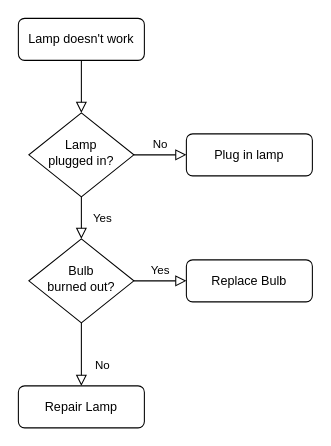
Before: Diagrama Proyecto_Conversor.drawio in dakrosP2/Calorias, a draw.io diagram. Source tidied: cells renumbered, new cells numbered last; positions are measured from the earlier drawing's top-left corner, leaving out a move shared by most shapes. Both pictures are drawn from the tidied source at 105%, with x=0, y=0 at pixel (18, 18).
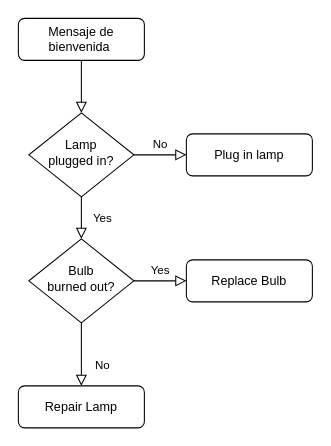
The same diagram, later.

Change to the diagram source:
```diff
@@
 <mxGraphModel>
   <root>
     <mxCell id="0" />
     <mxCell id="1" parent="0" />
     <mxCell id="2" style="rounded=0;html=1;jettySize=auto;fontSize=11;endArrow=block;endFill=0;endSize=8;strokeWidth=1;shadow=0;labelBackgroundColor=none;edgeStyle=orthogonalEdgeStyle;" parent="1" edge="1" source="3" target="6">
       <mxGeometry relative="1" as="geometry" />
     </mxCell>
-    <mxCell id="3" value="Lamp doesn't work" style="rounded=1;whiteSpace=wrap;html=1;fontSize=12;glass=0;strokeWidth=1;shadow=0;" parent="1" vertex="1">
+    <mxCell id="3" value="Mensaje de bienvenida&amp;nbsp;" style="rounded=1;whiteSpace=wrap;html=1;fontSize=12;glass=0;strokeWidth=1;shadow=0;" parent="1" vertex="1">
       <mxGeometry width="120" height="40" as="geometry" />
     </mxCell>
     <mxCell id="4" value="Yes" style="rounded=0;html=1;jettySize=auto;fontSize=11;endArrow=block;endFill=0;endSize=8;strokeWidth=1;shadow=0;labelBackgroundColor=none;edgeStyle=orthogonalEdgeStyle;" parent="1" edge="1" source="6" target="10">
       <mxGeometry y="20" relative="1" as="geometry" />
     </mxCell>
     <mxCell id="5" value="No" style="edgeStyle=orthogonalEdgeStyle;rounded=0;html=1;jettySize=auto;fontSize=11;endArrow=block;endFill=0;endSize=8;strokeWidth=1;shadow=0;labelBackgroundColor=none;" parent="1" edge="1" source="6" target="7">
       <mxGeometry y="10" relative="1" as="geometry" />
     </mxCell>
     <mxCell id="6" value="Lamp&lt;br&gt;plugged in?" style="rhombus;whiteSpace=wrap;html=1;shadow=0;fontFamily=Helvetica;fontSize=12;align=center;strokeWidth=1;spacing=6;spacingTop=-4;" parent="1" vertex="1">
       <mxGeometry x="10" y="90" width="100" height="80" as="geometry" />
     </mxCell>
     <mxCell id="7" value="Plug in lamp" style="rounded=1;whiteSpace=wrap;html=1;fontSize=12;glass=0;strokeWidth=1;shadow=0;" parent="1" vertex="1">
       <mxGeometry x="160" y="110" width="120" height="40" as="geometry" />
     </mxCell>
     <mxCell id="8" value="No" style="rounded=0;html=1;jettySize=auto;fontSize=11;endArrow=block;endFill=0;endSize=8;strokeWidth=1;shadow=0;labelBackgroundColor=none;edgeStyle=orthogonalEdgeStyle;" parent="1" edge="1" source="10" target="11">
       <mxGeometry x="0.33" y="20" relative="1" as="geometry" />
     </mxCell>
     <mxCell id="9" value="Yes" style="edgeStyle=orthogonalEdgeStyle;rounded=0;html=1;jettySize=auto;fontSize=11;endArrow=block;endFill=0;endSize=8;strokeWidth=1;shadow=0;labelBackgroundColor=none;" parent="1" edge="1" source="10" target="12">
       <mxGeometry y="10" relative="1" as="geometry" />
     </mxCell>
     <mxCell id="10" value="Bulb&lt;br&gt;burned out?" style="rhombus;whiteSpace=wrap;html=1;shadow=0;fontFamily=Helvetica;fontSize=12;align=center;strokeWidth=1;spacing=6;spacingTop=-4;" parent="1" vertex="1">
       <mxGeometry x="10" y="210" width="100" height="80" as="geometry" />
     </mxCell>
     <mxCell id="11" value="Repair Lamp" style="rounded=1;whiteSpace=wrap;html=1;fontSize=12;glass=0;strokeWidth=1;shadow=0;" parent="1" vertex="1">
       <mxGeometry y="350" width="120" height="40" as="geometry" />
     </mxCell>
     <mxCell id="12" value="Replace Bulb" style="rounded=1;whiteSpace=wrap;html=1;fontSize=12;glass=0;strokeWidth=1;shadow=0;" parent="1" vertex="1">
       <mxGeometry x="160" y="230" width="120" height="40" as="geometry" />
     </mxCell>
   </root>
 </mxGraphModel>
```
